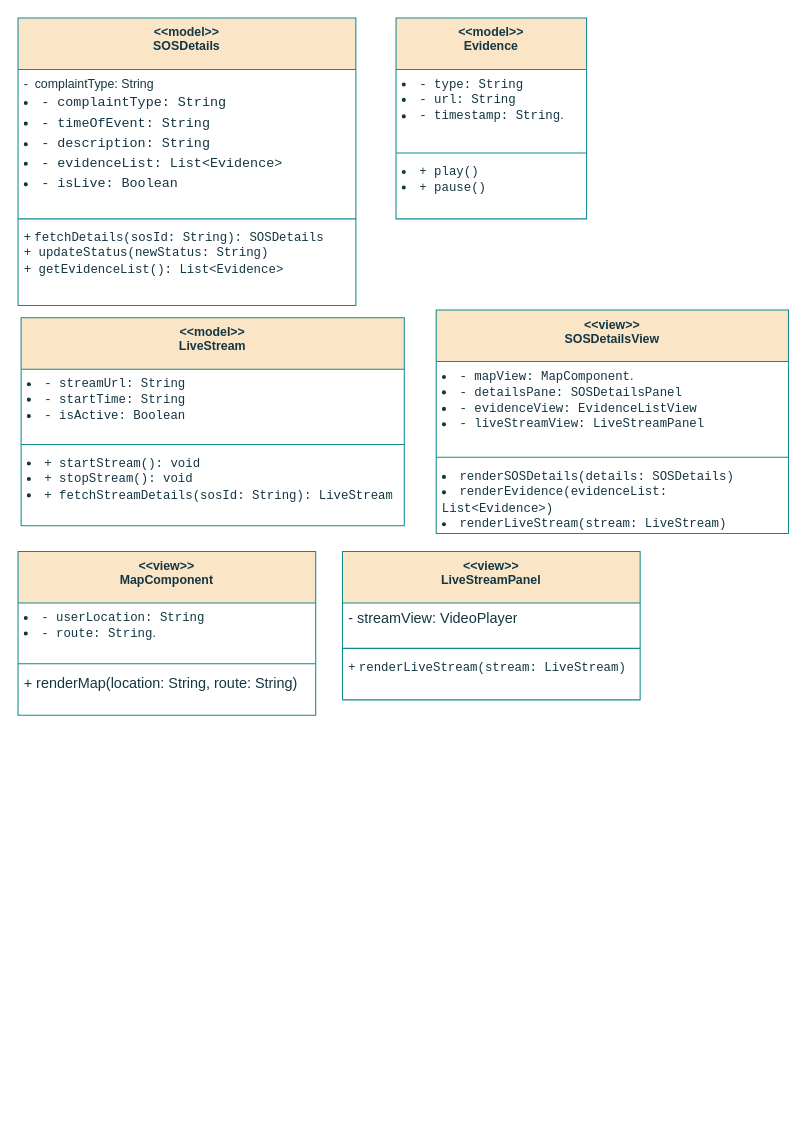
Above: page "Page-7" (7 of 7) of Untitled Diagram.drawio in TH-014/CSE_326 (draw.io), before the change. Source tidied: cells renumbered, new cells numbered last; positions are measured from the earlier drawing's top-left corner, leaving out a move shared by most shapes. Both pictures are drawn from the tidied source at 103%, with x=0, y=0 at pixel (18, 18).
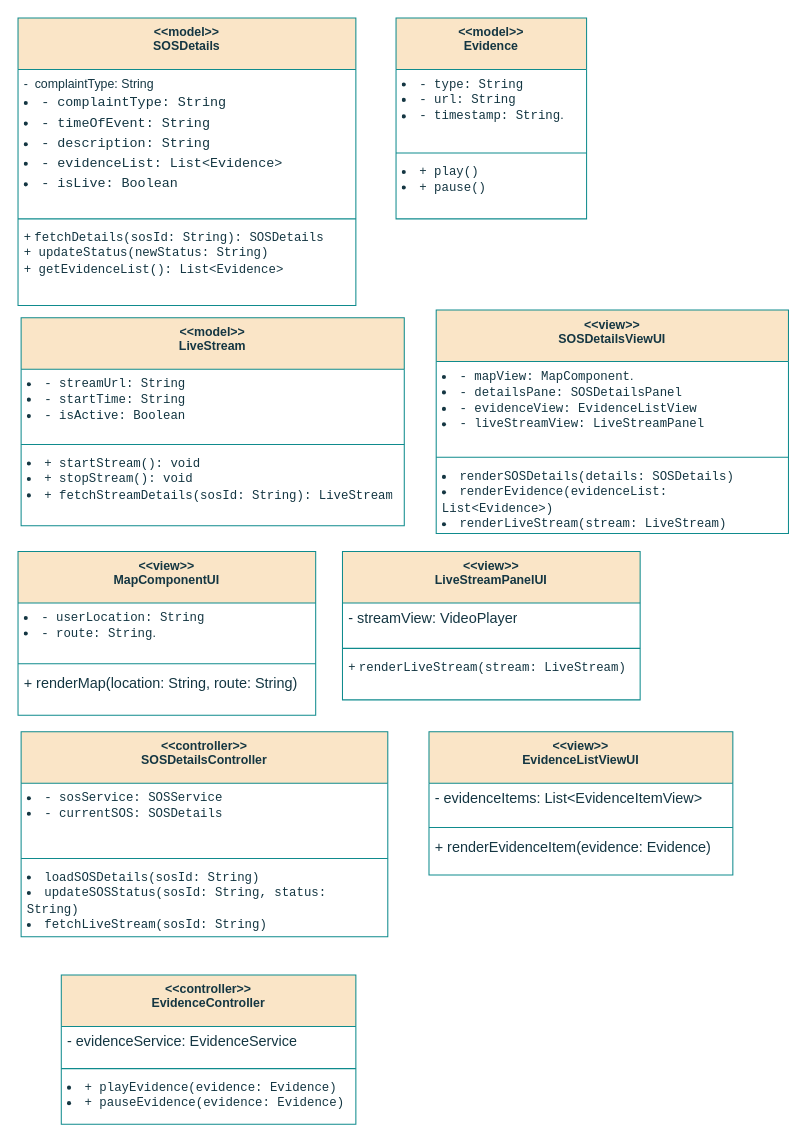
The same page after the edit.

Diff of the diagram source:
```diff
@@
-    <mxCell id="14" value="&lt;div&gt;&amp;lt;&amp;lt;view&amp;gt;&amp;gt;&lt;/div&gt;&lt;div&gt; SOSDetailsView&lt;/div&gt;" style="swimlane;fontStyle=1;align=center;verticalAlign=top;horizontal=1;startSize=50;whiteSpace=wrap;html=1;strokeColor=#0F8B8D;fontColor=#143642;fillColor=#FAE5C7;" parent="1" vertex="1">
+    <mxCell id="14" value="&lt;div&gt;&amp;lt;&amp;lt;view&amp;gt;&amp;gt;&lt;/div&gt;&lt;div&gt; SOSDetailsViewUI&lt;/div&gt;" style="swimlane;fontStyle=1;align=center;verticalAlign=top;horizontal=1;startSize=50;whiteSpace=wrap;html=1;strokeColor=#0F8B8D;fontColor=#143642;fillColor=#FAE5C7;" parent="1" vertex="1">
       <mxGeometry x="406" y="283.5" width="342" height="217" as="geometry" />
     </mxCell>
@@
-    <mxCell id="18" value="&lt;div&gt;&amp;lt;&amp;lt;view&amp;gt;&amp;gt;&lt;/div&gt;&lt;div&gt;MapComponent&lt;/div&gt;" style="swimlane;fontStyle=1;align=center;verticalAlign=top;horizontal=1;startSize=50;whiteSpace=wrap;html=1;strokeColor=#0F8B8D;fontColor=#143642;fillColor=#FAE5C7;" parent="1" vertex="1">
+    <mxCell id="18" value="&lt;div&gt;&amp;lt;&amp;lt;view&amp;gt;&amp;gt;&lt;/div&gt;&lt;div&gt;MapComponentUI&lt;/div&gt;" style="swimlane;fontStyle=1;align=center;verticalAlign=top;horizontal=1;startSize=50;whiteSpace=wrap;html=1;strokeColor=#0F8B8D;fontColor=#143642;fillColor=#FAE5C7;" parent="1" vertex="1">
       <mxGeometry y="518" width="289" height="159" as="geometry" />
     </mxCell>
@@
-    <mxCell id="22" value="&lt;div&gt;&amp;lt;&amp;lt;view&amp;gt;&amp;gt;&lt;/div&gt;&lt;div&gt;LiveStreamPanel&lt;/div&gt;" style="swimlane;fontStyle=1;align=center;verticalAlign=top;horizontal=1;startSize=50;whiteSpace=wrap;html=1;strokeColor=#0F8B8D;fontColor=#143642;fillColor=#FAE5C7;" parent="1" vertex="1">
+    <mxCell id="22" value="&lt;div&gt;&amp;lt;&amp;lt;view&amp;gt;&amp;gt;&lt;/div&gt;&lt;div&gt;LiveStreamPanelUI&lt;/div&gt;" style="swimlane;fontStyle=1;align=center;verticalAlign=top;horizontal=1;startSize=50;whiteSpace=wrap;html=1;strokeColor=#0F8B8D;fontColor=#143642;fillColor=#FAE5C7;" parent="1" vertex="1">
       <mxGeometry x="315" y="518" width="289" height="144" as="geometry" />
     </mxCell>
@@
+    <mxCell id="26" value="&lt;div&gt;&amp;lt;&amp;lt;controller&amp;gt;&amp;gt;&lt;/div&gt;&lt;div&gt;SOSDetailsController&lt;/div&gt;" style="swimlane;fontStyle=1;align=center;verticalAlign=top;horizontal=1;startSize=50;whiteSpace=wrap;html=1;strokeColor=#0F8B8D;fontColor=#143642;fillColor=#FAE5C7;" parent="1" vertex="1">
+      <mxGeometry x="3" y="693" width="356" height="199" as="geometry" />
+    </mxCell>
+    <mxCell id="27" value="&lt;li&gt;&lt;code&gt;- sosService: SOSService&lt;/code&gt;&lt;/li&gt;&lt;li&gt;&lt;code&gt;- currentSOS: SOSDetails&lt;/code&gt;&lt;/li&gt;" style="text;strokeColor=none;fillColor=none;align=left;verticalAlign=top;spacingLeft=4;spacingRight=4;overflow=hidden;whiteSpace=wrap;html=1;fontColor=#143642;" parent="26" vertex="1">
+      <mxGeometry y="50" width="356" height="69" as="geometry" />
+    </mxCell>
+    <mxCell id="28" style="line;strokeWidth=1;fillColor=none;align=left;verticalAlign=middle;spacingTop=-1;spacingLeft=3;spacingRight=3;labelPosition=right;strokeColor=inherit;fontColor=#143642;" parent="26" vertex="1">
+      <mxGeometry y="119" width="356" height="8" as="geometry" />
+    </mxCell>
+    <mxCell id="29" value="&lt;li&gt;&lt;code&gt;loadSOSDetails(sosId: String)&lt;/code&gt;&lt;br&gt;&lt;/li&gt;&lt;li&gt;&lt;code&gt;updateSOSStatus(sosId: String, status: String)&lt;/code&gt;&lt;br&gt;&lt;/li&gt;&lt;li&gt;&lt;code&gt;fetchLiveStream(sosId: String)&lt;/code&gt;&lt;br&gt;&lt;/li&gt;" style="text;strokeColor=none;fillColor=none;align=left;verticalAlign=top;spacingLeft=4;spacingRight=4;overflow=hidden;whiteSpace=wrap;html=1;fontColor=#143642;" parent="26" vertex="1">
+      <mxGeometry y="127" width="356" height="72" as="geometry" />
+    </mxCell>
+    <mxCell id="30" value="&lt;div&gt;&amp;lt;&amp;lt;controller&amp;gt;&amp;gt;&lt;/div&gt;&lt;div&gt; EvidenceController&lt;/div&gt;" style="swimlane;fontStyle=1;align=center;verticalAlign=top;horizontal=1;startSize=50;whiteSpace=wrap;html=1;strokeColor=#0F8B8D;fontColor=#143642;fillColor=#FAE5C7;" parent="1" vertex="1">
+      <mxGeometry x="42" y="929" width="286" height="145" as="geometry" />
+    </mxCell>
+    <mxCell id="31" value="&lt;font style=&quot;font-size: 14px;&quot;&gt;- evidenceService: EvidenceService&lt;/font&gt;" style="text;strokeColor=none;fillColor=none;align=left;verticalAlign=top;spacingLeft=4;spacingRight=4;overflow=hidden;whiteSpace=wrap;html=1;fontColor=#143642;" parent="30" vertex="1">
+      <mxGeometry y="50" width="286" height="37" as="geometry" />
+    </mxCell>
+    <mxCell id="32" style="line;strokeWidth=1;fillColor=none;align=left;verticalAlign=middle;spacingTop=-1;spacingLeft=3;spacingRight=3;labelPosition=right;strokeColor=inherit;fontColor=#143642;" parent="30" vertex="1">
+      <mxGeometry y="87" width="286" height="8" as="geometry" />
+    </mxCell>
+    <mxCell id="33" value="&lt;li&gt;&lt;code&gt;+ playEvidence(evidence: Evidence)&lt;/code&gt;&lt;br&gt;&lt;/li&gt;&lt;li&gt;&lt;code&gt;+ pauseEvidence(evidence: Evidence)&lt;/code&gt;&lt;/li&gt;" style="text;strokeColor=none;fillColor=none;align=left;verticalAlign=top;spacingLeft=4;spacingRight=4;overflow=hidden;whiteSpace=wrap;html=1;fontColor=#143642;" parent="30" vertex="1">
+      <mxGeometry y="95" width="286" height="50" as="geometry" />
+    </mxCell>
+    <mxCell id="34" value="&lt;div&gt;&amp;lt;&amp;lt;view&amp;gt;&amp;gt;&lt;/div&gt;&lt;div&gt;EvidenceListViewUI&lt;/div&gt;" style="swimlane;fontStyle=1;align=center;verticalAlign=top;horizontal=1;startSize=50;whiteSpace=wrap;html=1;strokeColor=#0F8B8D;fontColor=#143642;fillColor=#FAE5C7;" parent="1" vertex="1">
+      <mxGeometry x="399" y="693" width="295" height="139" as="geometry" />
+    </mxCell>
+    <mxCell id="35" value="&lt;font style=&quot;font-size: 14px;&quot;&gt;- evidenceItems: List&amp;lt;EvidenceItemView&amp;gt;&lt;/font&gt;" style="text;strokeColor=none;fillColor=none;align=left;verticalAlign=top;spacingLeft=4;spacingRight=4;overflow=hidden;whiteSpace=wrap;html=1;fontColor=#143642;" parent="34" vertex="1">
+      <mxGeometry y="50" width="295" height="39" as="geometry" />
+    </mxCell>
+    <mxCell id="36" style="line;strokeWidth=1;fillColor=none;align=left;verticalAlign=middle;spacingTop=-1;spacingLeft=3;spacingRight=3;labelPosition=right;strokeColor=inherit;fontColor=#143642;" parent="34" vertex="1">
+      <mxGeometry y="89" width="295" height="8" as="geometry" />
+    </mxCell>
+    <mxCell id="37" value="&lt;font style=&quot;font-size: 14px;&quot;&gt;+ renderEvidenceItem(evidence: Evidence)&lt;/font&gt;" style="text;strokeColor=none;fillColor=none;align=left;verticalAlign=top;spacingLeft=4;spacingRight=4;overflow=hidden;whiteSpace=wrap;html=1;fontColor=#143642;" parent="34" vertex="1">
+      <mxGeometry y="97" width="295" height="42" as="geometry" />
+    </mxCell>
```
